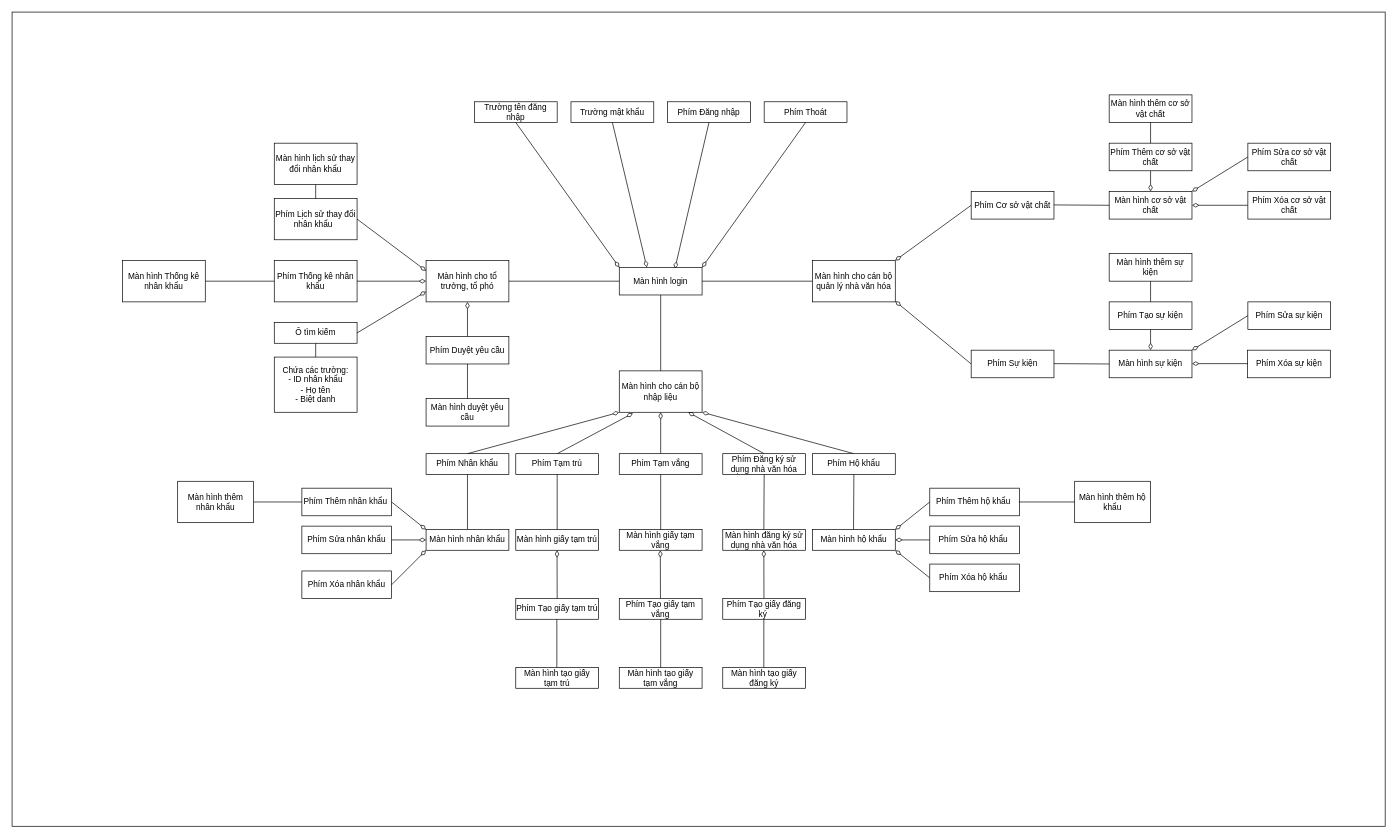
vuduy-2k3/UML keeps this draw.io diagram as Biểu đồ không có tiêu đề.drawio. Above is the earlier version. Source tidied: cells renumbered, new cells numbered last; positions are measured from the earlier drawing's top-left corner, leaving out a move shared by most shapes. Both pictures are drawn from the tidied source at 69%, with x=0, y=0 at pixel (12, 12).
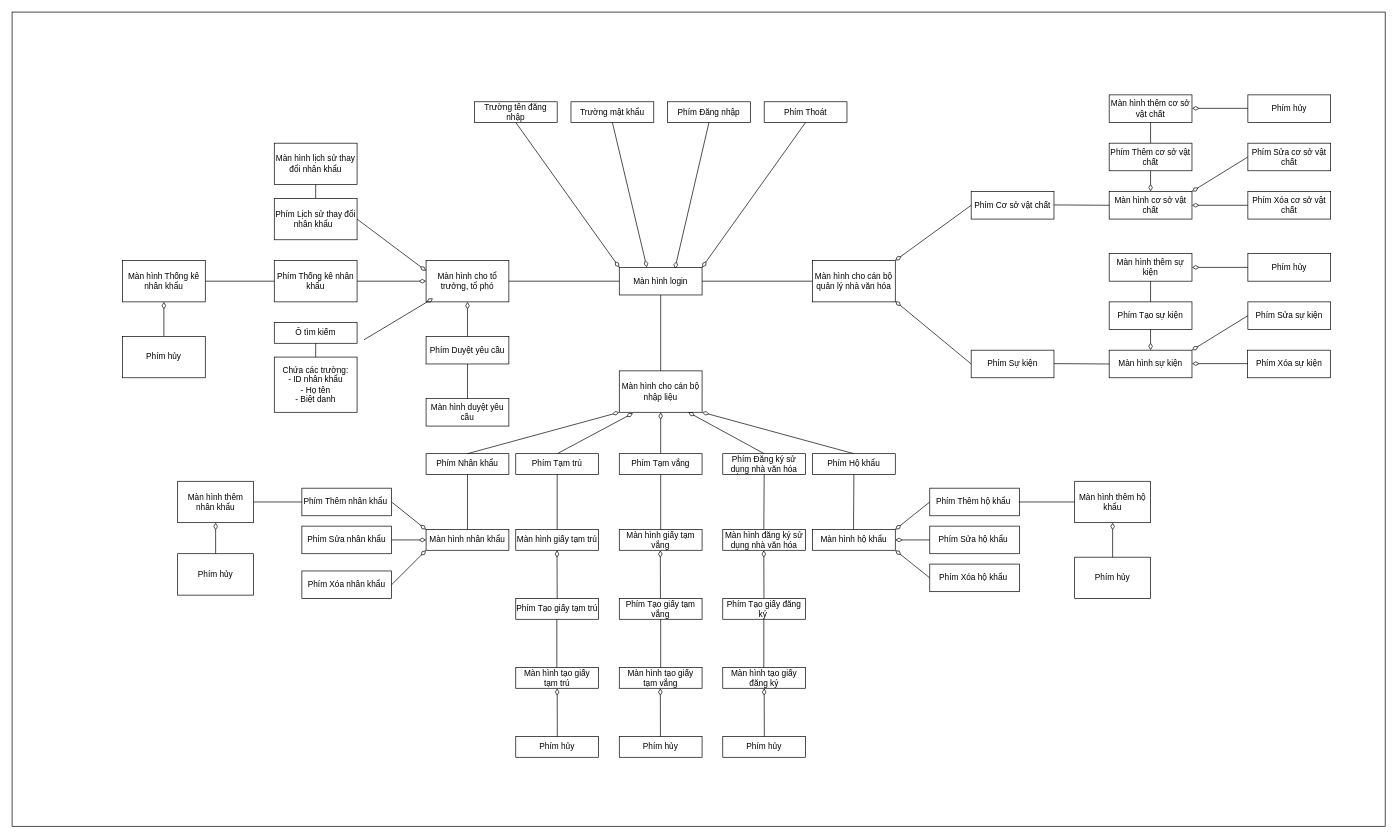
The same page after the edit.

Commit message:
Cập nhật Biểu đồ không có tiêu đề.drawio

The change refers to these unchanged cells:
```xml
<mxCell id="8" value="Màn hình cho tổ trưởng, tổ phó" style="rounded=0;whiteSpace=wrap;html=1;" parent="1" vertex="1">
  <mxGeometry x="600" y="360" width="120" height="60" as="geometry" />
</mxCell>
<mxCell id="16" value="Ô tìm kiếm" style="rounded=0;whiteSpace=wrap;html=1;" parent="1" vertex="1">
  <mxGeometry x="380" y="450" width="120" height="30" as="geometry" />
</mxCell>
<mxCell id="25" value="Màn hình Thống kê nhân khẩu" style="rounded=0;whiteSpace=wrap;html=1;" parent="1" vertex="1">
  <mxGeometry x="160" y="360" width="120" height="60" as="geometry" />
</mxCell>
<mxCell id="39" value="Màn hình thêm nhân khẩu" style="rounded=0;whiteSpace=wrap;html=1;" parent="1" vertex="1">
  <mxGeometry x="240" y="680" width="110" height="60" as="geometry" />
</mxCell>
<mxCell id="81" value="Màn hình thêm hộ khẩu" style="rounded=0;whiteSpace=wrap;html=1;" parent="1" vertex="1">
  <mxGeometry x="1540" y="680" width="110" height="60" as="geometry" />
</mxCell>
```

The edit, as a diff of the source:
```diff
@@
-    <mxCell id="20" style="endArrow=none;startArrow=diamondThin;endFill=0;startFill=0;html=1;verticalAlign=bottom;labelBackgroundColor=none;strokeWidth=1;startSize=8;endSize=8;rounded=0;entryX=1;entryY=0.5;entryDx=0;entryDy=0;exitX=0;exitY=0.75;exitDx=0;exitDy=0;" parent="1" edge="1" source="8" target="16">
+    <mxCell id="20" style="endArrow=none;startArrow=diamondThin;endFill=0;startFill=0;html=1;verticalAlign=bottom;labelBackgroundColor=none;strokeWidth=1;startSize=8;endSize=8;rounded=0;entryX=0.5;entryY=0;entryDx=0;entryDy=0;exitX=0.5;exitY=1;exitDx=0;exitDy=0;" parent="1" edge="1" source="25" target="107">
       <mxGeometry relative="1" as="geometry" />
     </mxCell>
@@
+    <mxCell id="107" value="Phím hủy" style="rounded=0;whiteSpace=wrap;html=1;" parent="1" vertex="1">
+      <mxGeometry x="160" y="470" width="120" height="60" as="geometry" />
+    </mxCell>
+    <mxCell id="108" style="endArrow=none;startArrow=diamondThin;endFill=0;startFill=0;html=1;verticalAlign=bottom;labelBackgroundColor=none;strokeWidth=1;startSize=8;endSize=8;rounded=0;entryX=1;entryY=0.5;entryDx=0;entryDy=0;exitX=0;exitY=0.75;exitDx=0;exitDy=0;" parent="1" edge="1">
+      <mxGeometry relative="1" as="geometry">
+        <mxPoint x="610" y="415" as="sourcePoint" />
+        <mxPoint x="510" y="475" as="targetPoint" />
+      </mxGeometry>
+    </mxCell>
+    <mxCell id="109" value="Phím hủy" style="rounded=0;whiteSpace=wrap;html=1;" parent="1" vertex="1">
+      <mxGeometry x="240" y="785" width="110" height="60" as="geometry" />
+    </mxCell>
+    <mxCell id="110" style="endArrow=none;startArrow=diamondThin;endFill=0;startFill=0;html=1;verticalAlign=bottom;labelBackgroundColor=none;strokeWidth=1;startSize=8;endSize=8;rounded=0;entryX=0.5;entryY=0;entryDx=0;entryDy=0;exitX=0.5;exitY=1;exitDx=0;exitDy=0;" parent="1" edge="1" source="39" target="109">
+      <mxGeometry relative="1" as="geometry" />
+    </mxCell>
+    <mxCell id="111" value="Phím hủy" style="rounded=0;whiteSpace=wrap;html=1;" parent="1" vertex="1">
+      <mxGeometry x="730" y="1050" width="120" height="30" as="geometry" />
+    </mxCell>
+    <mxCell id="112" style="endArrow=none;startArrow=diamondThin;endFill=0;startFill=0;html=1;verticalAlign=bottom;labelBackgroundColor=none;strokeWidth=1;startSize=8;endSize=8;rounded=0;entryX=0.5;entryY=0;entryDx=0;entryDy=0;exitX=0.165;exitY=1.023;exitDx=0;exitDy=0;exitPerimeter=0;" parent="1" edge="1">
+      <mxGeometry relative="1" as="geometry">
+        <mxPoint x="790" y="980" as="sourcePoint" />
+        <mxPoint x="790.2" y="1050" as="targetPoint" />
+      </mxGeometry>
+    </mxCell>
+    <mxCell id="113" value="Phím hủy" style="rounded=0;whiteSpace=wrap;html=1;" parent="1" vertex="1">
+      <mxGeometry x="880" y="1050" width="120" height="30" as="geometry" />
+    </mxCell>
+    <mxCell id="114" style="endArrow=none;startArrow=diamondThin;endFill=0;startFill=0;html=1;verticalAlign=bottom;labelBackgroundColor=none;strokeWidth=1;startSize=8;endSize=8;rounded=0;entryX=0.5;entryY=0;entryDx=0;entryDy=0;exitX=0.165;exitY=1.023;exitDx=0;exitDy=0;exitPerimeter=0;" parent="1" edge="1">
+      <mxGeometry relative="1" as="geometry">
+        <mxPoint x="939.5" y="980" as="sourcePoint" />
+        <mxPoint x="939.7" y="1050" as="targetPoint" />
+      </mxGeometry>
+    </mxCell>
+    <mxCell id="115" value="Phím hủy" style="rounded=0;whiteSpace=wrap;html=1;" parent="1" vertex="1">
+      <mxGeometry x="1030" y="1050" width="120" height="30" as="geometry" />
+    </mxCell>
+    <mxCell id="116" style="endArrow=none;startArrow=diamondThin;endFill=0;startFill=0;html=1;verticalAlign=bottom;labelBackgroundColor=none;strokeWidth=1;startSize=8;endSize=8;rounded=0;entryX=0.5;entryY=0;entryDx=0;entryDy=0;exitX=0.165;exitY=1.023;exitDx=0;exitDy=0;exitPerimeter=0;" parent="1" edge="1">
+      <mxGeometry relative="1" as="geometry">
+        <mxPoint x="1090" y="980" as="sourcePoint" />
+        <mxPoint x="1090.2" y="1050" as="targetPoint" />
+      </mxGeometry>
+    </mxCell>
+    <mxCell id="117" value="Phím hủy" style="rounded=0;whiteSpace=wrap;html=1;" parent="1" vertex="1">
+      <mxGeometry x="1540" y="790" width="110" height="60" as="geometry" />
+    </mxCell>
+    <mxCell id="118" style="endArrow=none;startArrow=diamondThin;endFill=0;startFill=0;html=1;verticalAlign=bottom;labelBackgroundColor=none;strokeWidth=1;startSize=8;endSize=8;rounded=0;entryX=0.5;entryY=0;entryDx=0;entryDy=0;exitX=0.5;exitY=1;exitDx=0;exitDy=0;" parent="1" edge="1" source="81" target="117">
+      <mxGeometry relative="1" as="geometry" />
+    </mxCell>
+    <mxCell id="119" value="Phím hủy" style="rounded=0;whiteSpace=wrap;html=1;" parent="1" vertex="1">
+      <mxGeometry x="1791" y="120" width="120" height="40" as="geometry" />
+    </mxCell>
+    <mxCell id="120" style="endArrow=none;startArrow=diamondThin;endFill=0;startFill=0;html=1;verticalAlign=bottom;labelBackgroundColor=none;strokeWidth=1;startSize=8;endSize=8;rounded=0;exitX=1;exitY=0;exitDx=0;exitDy=0;entryX=0;entryY=0.5;entryDx=0;entryDy=0;" parent="1" edge="1">
+      <mxGeometry relative="1" as="geometry">
+        <mxPoint x="1710" y="139.5" as="sourcePoint" />
+        <mxPoint x="1791" y="139.5" as="targetPoint" />
+      </mxGeometry>
+    </mxCell>
+    <mxCell id="121" value="Phím hủy" style="rounded=0;whiteSpace=wrap;html=1;" parent="1" vertex="1">
+      <mxGeometry x="1791" y="350" width="120" height="40" as="geometry" />
+    </mxCell>
+    <mxCell id="122" style="endArrow=none;startArrow=diamondThin;endFill=0;startFill=0;html=1;verticalAlign=bottom;labelBackgroundColor=none;strokeWidth=1;startSize=8;endSize=8;rounded=0;exitX=1;exitY=0;exitDx=0;exitDy=0;entryX=0;entryY=0.5;entryDx=0;entryDy=0;" parent="1" edge="1">
+      <mxGeometry relative="1" as="geometry">
+        <mxPoint x="1710" y="370" as="sourcePoint" />
+        <mxPoint x="1791" y="370" as="targetPoint" />
+      </mxGeometry>
+    </mxCell>
```
